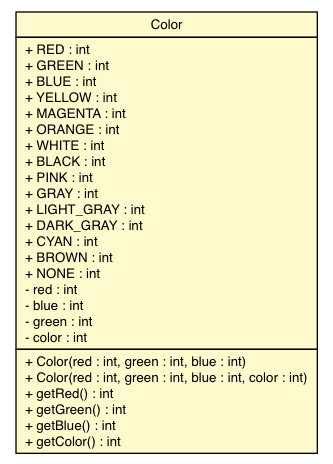
The Graphviz diagram docs/api/lejos/robotics/Color.png in ev3dev-lang-java/ev3dev-lang-java, before a commit. Its source is kept beside it as docs/api/lejos/robotics/Color.dot.
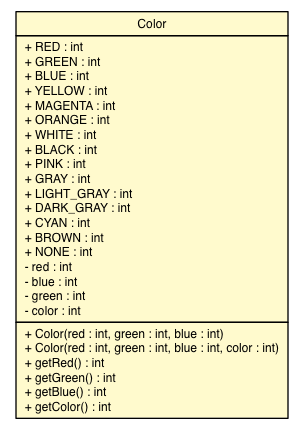
Above is the later version.

What changed in the source:
```diff
@@ -4,7 +4,7 @@
 	node [fontname="Helvetica",fontsize=10,shape=plaintext];
 	nodesep=0.25;
 	ranksep=0.5;
-	c1775 [label=<<table title="lejos.robotics.Color" border="0" cellborder="1" cellspacing="0" cellpadding="2" port="p" bgcolor="lemonChiffon" href="./Color.html">
+	c1783 [label=<<table title="lejos.robotics.Color" border="0" cellborder="1" cellspacing="0" cellpadding="2" port="p" bgcolor="lemonChiffon" href="./Color.html">
 		<tr><td><table border="0" cellspacing="0" cellpadding="1">
 <tr><td align="center" balign="center"> Color </td></tr>
 		</table></td></tr>
@@ -37,5 +37,5 @@
 <tr><td align="left" balign="left"> + getBlue() : int </td></tr>
 <tr><td align="left" balign="left"> + getColor() : int </td></tr>
 		</table></td></tr>
-		</table>>, URL="./Color.html", fontname="Helvetica", fontcolor="black", fontsize=10.0];
+		</table>>, URL="./Color.html", fontname="Helvetica", fontcolor="black", fontsize=9.0];
 }
```
